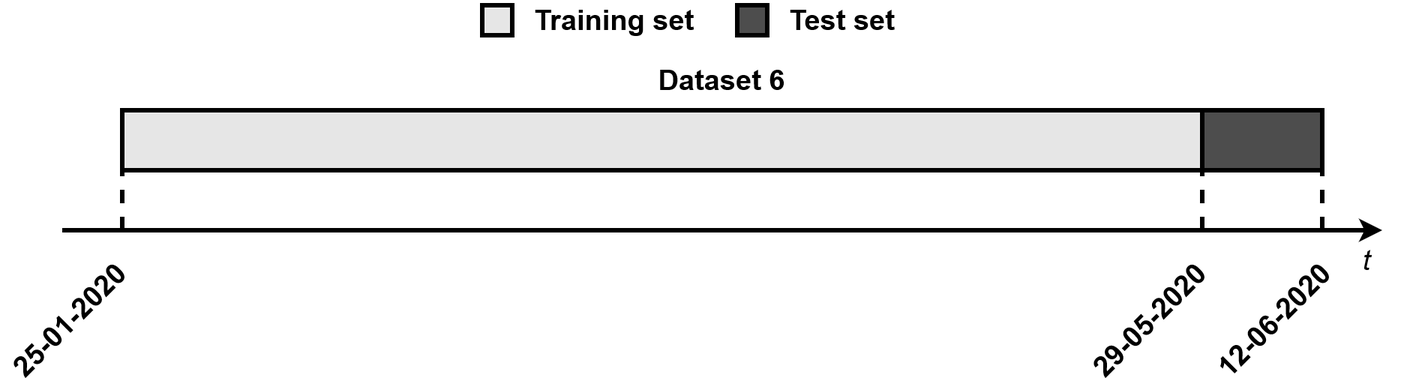
Before: Images/Test.png, a diagram exported from draw.io (tomasbogalho/Tom-s-Bogalho-MSc-Thesis-New). Source tidied: cells renumbered, new cells last; positions are measured from the earlier drawing's top-left corner, leaving out a move shared by most shapes.
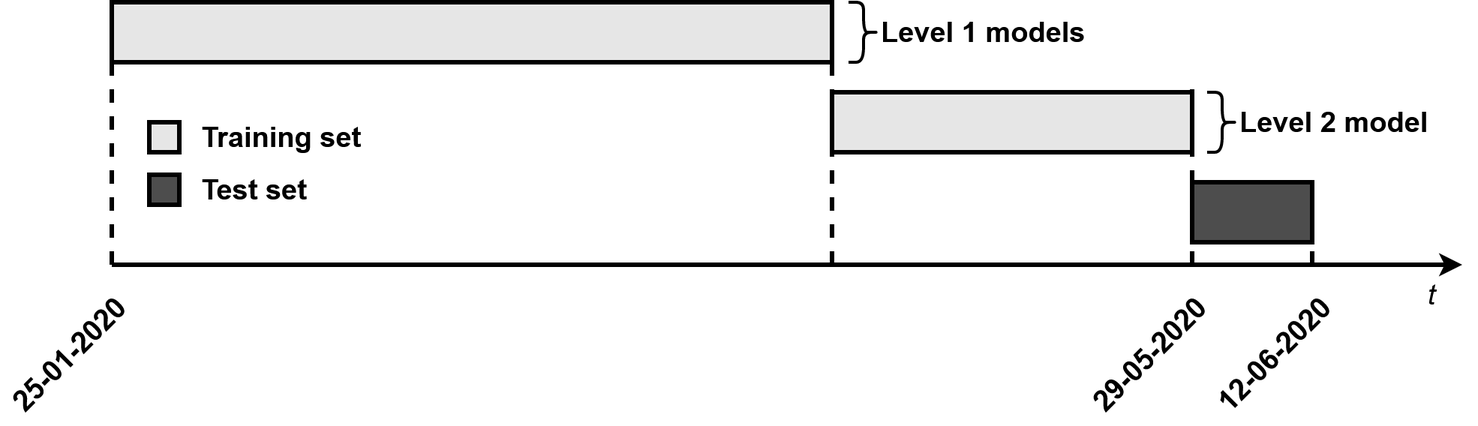
Above is the later version.

The edit, as a diff of the source:
```diff
@@ -4,73 +4,90 @@
     <mxCell id="1" parent="0" />
     <mxCell id="2" style="endArrow=classic;html=1;strokeWidth=3;" parent="1" edge="1">
       <mxGeometry relative="1" as="geometry">
-        <mxPoint x="50" y="150" as="sourcePoint" />
-        <mxPoint x="930" y="150" as="targetPoint" />
+        <mxPoint x="110" y="600" as="sourcePoint" />
+        <mxPoint x="1010" y="600" as="targetPoint" />
       </mxGeometry>
     </mxCell>
     <mxCell id="3" value="&lt;font style=&quot;font-size: 19px&quot;&gt;&lt;i&gt;t&lt;/i&gt;&lt;/font&gt;" style="text;html=1;strokeColor=none;fillColor=none;align=center;verticalAlign=middle;whiteSpace=wrap;rounded=0;strokeWidth=3;" parent="1" vertex="1">
-      <mxGeometry x="900" y="160" width="40" height="20" as="geometry" />
+      <mxGeometry x="970" y="610" width="40" height="20" as="geometry" />
     </mxCell>
-    <mxCell id="4" value="&lt;font style=&quot;font-size: 19px&quot;&gt;25-01-2020&lt;/font&gt;" style="text;html=1;strokeColor=none;fillColor=none;align=center;verticalAlign=middle;whiteSpace=wrap;rounded=0;rotation=-45;fontStyle=1;" parent="1" vertex="1">
-      <mxGeometry y="200" width="110" height="20" as="geometry" />
+    <mxCell id="4" style="endArrow=none;dashed=1;html=1;strokeWidth=3;entryX=0;entryY=1;entryDx=0;entryDy=0;" parent="1" edge="1" target="7">
+      <mxGeometry relative="1" as="geometry">
+        <mxPoint x="110" y="600" as="sourcePoint" />
+      </mxGeometry>
     </mxCell>
-    <mxCell id="5" value="&lt;div&gt;&lt;font style=&quot;font-size: 19px&quot;&gt;29-05-2020&lt;/font&gt;&lt;/div&gt;" style="text;html=1;strokeColor=none;fillColor=none;align=center;verticalAlign=middle;whiteSpace=wrap;rounded=0;rotation=-45;fontStyle=1;" parent="1" vertex="1">
-      <mxGeometry x="720" y="200" width="110" height="20" as="geometry" />
+    <mxCell id="5" style="endArrow=none;dashed=1;html=1;strokeWidth=3;entryX=1;entryY=1;entryDx=0;entryDy=0;" parent="1" edge="1" target="7">
+      <mxGeometry relative="1" as="geometry">
+        <mxPoint x="590" y="600" as="sourcePoint" />
+      </mxGeometry>
     </mxCell>
-    <mxCell id="6" value="&lt;font style=&quot;font-size: 19px&quot;&gt;Dataset 6 &lt;/font&gt;" style="text;html=1;strokeColor=none;fillColor=none;align=center;verticalAlign=middle;whiteSpace=wrap;rounded=0;fontStyle=1;" parent="1" vertex="1">
-      <mxGeometry x="445" y="40" width="90" height="20" as="geometry" />
+    <mxCell id="6" style="group;" parent="1" vertex="1">
+      <mxGeometry x="110" y="425" width="480" height="40" as="geometry" />
     </mxCell>
-    <mxCell id="7" style="endArrow=none;dashed=1;html=1;strokeWidth=3;entryX=0;entryY=1;entryDx=0;entryDy=0;" parent="1" edge="1" target="11">
-      <mxGeometry relative="1" as="geometry">
-        <mxPoint x="810" y="150" as="sourcePoint" />
-      </mxGeometry>
+    <mxCell id="7" style="rounded=0;whiteSpace=wrap;html=1;strokeWidth=3;fillColor=#E6E6E6;" parent="6" vertex="1">
+      <mxGeometry width="480" height="40" as="geometry" />
     </mxCell>
-    <mxCell id="8" style="group;" parent="1" vertex="1">
-      <mxGeometry x="90" y="70" width="800" height="40" as="geometry" />
+    <mxCell id="8" style="endArrow=none;dashed=1;html=1;strokeWidth=3;" parent="1" edge="1">
+      <mxGeometry relative="1" as="geometry">
+        <mxPoint x="830" y="600" as="sourcePoint" />
+        <mxPoint x="830" y="482" as="targetPoint" />
+      </mxGeometry>
     </mxCell>
-    <mxCell id="9" style="group;" parent="8" vertex="1">
-      <mxGeometry width="720" height="40" as="geometry" />
+    <mxCell id="9" style="rounded=0;whiteSpace=wrap;html=1;strokeWidth=3;fillColor=#E6E6E6;" parent="1" vertex="1">
+      <mxGeometry x="590" y="485" width="240" height="40" as="geometry" />
     </mxCell>
-    <mxCell id="10" style="rounded=0;whiteSpace=wrap;html=1;strokeWidth=3;fillColor=#E6E6E6;" parent="9" vertex="1">
-      <mxGeometry width="720" height="40" as="geometry" />
+    <mxCell id="10" style="shape=curlyBracket;whiteSpace=wrap;html=1;rounded=1;fillColor=#B3B3B3;direction=west;strokeWidth=2;" parent="1" vertex="1">
+      <mxGeometry x="601" y="425" width="20" height="40" as="geometry" />
     </mxCell>
-    <mxCell id="11" style="rounded=0;whiteSpace=wrap;html=1;strokeWidth=3;glass=0;fillColor=#4D4D4D;" parent="8" vertex="1">
-      <mxGeometry x="720" width="80" height="40" as="geometry" />
+    <mxCell id="11" value="&lt;font style=&quot;font-size: 19px&quot;&gt;Level 1 models&lt;/font&gt;" style="text;html=1;strokeColor=none;fillColor=none;align=left;verticalAlign=middle;whiteSpace=wrap;rounded=0;fontStyle=1;" parent="1" vertex="1">
+      <mxGeometry x="621" y="435" width="155" height="20" as="geometry" />
     </mxCell>
-    <mxCell id="12" value="&lt;div&gt;&lt;font style=&quot;font-size: 19px&quot;&gt;12-06-2020&lt;/font&gt;&lt;/div&gt;" style="text;html=1;strokeColor=none;fillColor=none;align=center;verticalAlign=middle;whiteSpace=wrap;rounded=0;rotation=-45;fontStyle=1;" parent="1" vertex="1">
-      <mxGeometry x="803" y="200" width="110" height="20" as="geometry" />
+    <mxCell id="12" style="edgeStyle=orthogonalEdgeStyle;rounded=0;orthogonalLoop=1;jettySize=auto;html=1;exitX=0.5;exitY=1;exitDx=0;exitDy=0;strokeWidth=2;fontStyle=1;" parent="1" edge="1" source="11" target="11">
+      <mxGeometry relative="1" as="geometry" />
     </mxCell>
-    <mxCell id="13" style="endArrow=none;dashed=1;html=1;strokeWidth=3;entryX=1;entryY=1;entryDx=0;entryDy=0;" parent="1" edge="1" target="11">
-      <mxGeometry relative="1" as="geometry">
-        <mxPoint x="890" y="150" as="sourcePoint" />
-      </mxGeometry>
+    <mxCell id="13" style="shape=curlyBracket;whiteSpace=wrap;html=1;rounded=1;fillColor=#B3B3B3;direction=west;strokeWidth=2;" parent="1" vertex="1">
+      <mxGeometry x="840" y="485" width="20" height="40" as="geometry" />
     </mxCell>
-    <mxCell id="14" style="endArrow=none;dashed=1;html=1;strokeWidth=3;entryX=0;entryY=1;entryDx=0;entryDy=0;" parent="1" edge="1">
-      <mxGeometry relative="1" as="geometry">
-        <mxPoint x="90" y="150" as="sourcePoint" />
-        <mxPoint x="90" y="110" as="targetPoint" />
-      </mxGeometry>
+    <mxCell id="14" value="&lt;font style=&quot;font-size: 19px&quot;&gt;Level 2 model&lt;/font&gt;" style="text;html=1;strokeColor=none;fillColor=none;align=left;verticalAlign=middle;whiteSpace=wrap;rounded=0;fontStyle=1;" parent="1" vertex="1">
+      <mxGeometry x="860" y="495" width="155" height="20" as="geometry" />
     </mxCell>
-    <mxCell id="15" style="group;" parent="1" vertex="1">
-      <mxGeometry x="330" width="340" height="20" as="geometry" />
+    <mxCell id="15" style="edgeStyle=orthogonalEdgeStyle;rounded=0;orthogonalLoop=1;jettySize=auto;html=1;exitX=0.5;exitY=1;exitDx=0;exitDy=0;strokeWidth=2;fontStyle=1;" parent="1" edge="1" source="14" target="14">
+      <mxGeometry relative="1" as="geometry" />
     </mxCell>
-    <mxCell id="16" style="group;" parent="15" vertex="1">
-      <mxGeometry width="153" height="20" as="geometry" />
+    <mxCell id="16" style="group;" parent="1" vertex="1">
+      <mxGeometry x="135" y="540" width="170" height="20" as="geometry" />
     </mxCell>
-    <mxCell id="17" style="rounded=0;whiteSpace=wrap;html=1;strokeWidth=3;fillColor=#E6E6E6;" parent="16" vertex="1">
+    <mxCell id="17" style="rounded=0;whiteSpace=wrap;html=1;strokeWidth=3;fillColor=#4D4D4D;" parent="16" vertex="1">
       <mxGeometry width="20" height="20" as="geometry" />
     </mxCell>
-    <mxCell id="18" value="&lt;font style=&quot;font-size: 19px&quot;&gt;Training set&lt;/font&gt;" style="text;html=1;strokeColor=none;fillColor=none;align=left;verticalAlign=middle;whiteSpace=wrap;rounded=0;strokeWidth=6;fontStyle=1;" parent="16" vertex="1">
-      <mxGeometry x="33" width="120" height="20" as="geometry" />
+    <mxCell id="18" value="&lt;font style=&quot;font-size: 19px&quot;&gt;Test set&lt;/font&gt;" style="text;html=1;strokeColor=none;fillColor=none;align=left;verticalAlign=middle;whiteSpace=wrap;rounded=0;strokeWidth=6;fontStyle=1;" parent="16" vertex="1">
+      <mxGeometry x="33" width="137" height="20" as="geometry" />
     </mxCell>
-    <mxCell id="19" style="group;" parent="15" vertex="1">
-      <mxGeometry x="170" width="170" height="20" as="geometry" />
+    <mxCell id="19" value="&lt;font style=&quot;font-size: 19px&quot;&gt;Training set&lt;/font&gt;" style="text;html=1;strokeColor=none;fillColor=none;align=left;verticalAlign=middle;whiteSpace=wrap;rounded=0;strokeWidth=6;fontStyle=1;" parent="1" vertex="1">
+      <mxGeometry x="168" y="505" width="120" height="20" as="geometry" />
     </mxCell>
-    <mxCell id="20" style="rounded=0;whiteSpace=wrap;html=1;strokeWidth=3;fillColor=#4D4D4D;" parent="19" vertex="1">
-      <mxGeometry width="20" height="20" as="geometry" />
+    <mxCell id="20" style="rounded=0;whiteSpace=wrap;html=1;strokeWidth=3;fillColor=#E6E6E6;" parent="1" vertex="1">
+      <mxGeometry x="135" y="505" width="20" height="20" as="geometry" />
     </mxCell>
-    <mxCell id="21" value="&lt;font style=&quot;font-size: 19px&quot;&gt;Test set&lt;/font&gt;" style="text;html=1;strokeColor=none;fillColor=none;align=left;verticalAlign=middle;whiteSpace=wrap;rounded=0;strokeWidth=6;fontStyle=1;" parent="19" vertex="1">
-      <mxGeometry x="33" width="137" height="20" as="geometry" />
+    <mxCell id="21" style="group;" parent="1" vertex="1">
+      <mxGeometry x="110" y="545" width="800" height="40" as="geometry" />
     </mxCell>
+    <mxCell id="22" style="rounded=0;whiteSpace=wrap;html=1;strokeWidth=3;glass=0;fillColor=#4D4D4D;" parent="21" vertex="1">
+      <mxGeometry x="720" width="80" height="40" as="geometry" />
+    </mxCell>
+    <mxCell id="23" value="&lt;font style=&quot;font-size: 19px&quot;&gt;25-01-2020&lt;/font&gt;" style="text;html=1;strokeColor=none;fillColor=none;align=center;verticalAlign=middle;whiteSpace=wrap;rounded=0;rotation=-45;fontStyle=1;" parent="1" vertex="1">
+      <mxGeometry x="27" y="650" width="110" height="20" as="geometry" />
+    </mxCell>
+    <mxCell id="24" value="&lt;div&gt;&lt;font style=&quot;font-size: 19px&quot;&gt;29-05-2020&lt;/font&gt;&lt;/div&gt;" style="text;html=1;strokeColor=none;fillColor=none;align=center;verticalAlign=middle;whiteSpace=wrap;rounded=0;rotation=-45;fontStyle=1;" parent="1" vertex="1">
+      <mxGeometry x="747" y="650" width="110" height="20" as="geometry" />
+    </mxCell>
+    <mxCell id="25" value="&lt;div&gt;&lt;font style=&quot;font-size: 19px&quot;&gt;12-06-2020&lt;/font&gt;&lt;/div&gt;" style="text;html=1;strokeColor=none;fillColor=none;align=center;verticalAlign=middle;whiteSpace=wrap;rounded=0;rotation=-45;fontStyle=1;" parent="1" vertex="1">
+      <mxGeometry x="830" y="650" width="110" height="20" as="geometry" />
+    </mxCell>
+    <mxCell id="26" style="endArrow=none;dashed=1;html=1;strokeWidth=3;entryX=1;entryY=0;entryDx=0;entryDy=0;" parent="1" edge="1" target="22">
+      <mxGeometry relative="1" as="geometry">
+        <mxPoint x="910" y="600" as="sourcePoint" />
+      </mxGeometry>
+    </mxCell>
   </root>
 </mxGraphModel>
```
